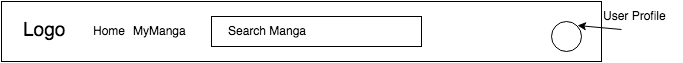
This is docs/wireframes/topbar.png from CJButton/mangaReads, a draw.io export, as it was before one commit. Source tidied: cells renumbered, new cells last; positions are measured from the earlier drawing's top-left corner, leaving out a move shared by most shapes.
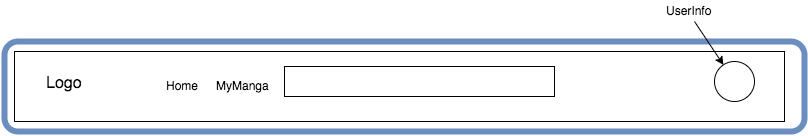
The same diagram one commit later.

Diff of the diagram source:
```diff
@@ -2,32 +2,34 @@
   <root>
     <mxCell id="0" />
     <mxCell id="1" parent="0" />
-    <mxCell id="2" style="whiteSpace=wrap;html=1;strokeColor=#000000;fillColor=#ffffff;fontFamily=Helvetica;fontSize=19;" parent="1" vertex="1">
-      <mxGeometry width="600" height="60" as="geometry" />
+    <mxCell id="2" style="whiteSpace=wrap;html=1;strokeColor=#000000;strokeWidth=1;fillColor=#ffffff;fontFamily=Helvetica;fontSize=19;" parent="1" vertex="1">
+      <mxGeometry x="-80" y="-20" width="770" height="70" as="geometry" />
     </mxCell>
-    <mxCell id="3" value="Logo" style="text;html=1;fontSize=19;fontFamily=Helvetica;" parent="1" vertex="1">
-      <mxGeometry x="20" y="10" width="70" height="40" as="geometry" />
+    <mxCell id="3" style="rounded=1;whiteSpace=wrap;html=1;strokeColor=#6c8ebf;strokeWidth=6;fillColor=none;fontFamily=Helvetica;fontSize=19;" parent="1" vertex="1">
+      <mxGeometry x="-90" y="-30" width="800" height="90" as="geometry" />
     </mxCell>
-    <mxCell id="4" value="Home" style="text;html=1;align=left;verticalAlign=top;spacingTop=-4;" parent="1" vertex="1">
-      <mxGeometry x="90" y="20" width="50" height="20" as="geometry" />
+    <mxCell id="4" value="&lt;font style=&quot;font-size: 16px&quot;&gt;Logo&lt;/font&gt;" style="text;html=1;align=left;verticalAlign=top;spacingTop=-4;" parent="1" vertex="1">
+      <mxGeometry x="-50" width="50" height="20" as="geometry" />
     </mxCell>
-    <mxCell id="5" value="MyManga" style="text;html=1;align=left;verticalAlign=top;spacingTop=-4;" parent="1" vertex="1">
-      <mxGeometry x="130" y="20" width="70" height="20" as="geometry" />
+    <mxCell id="5" value="Home" style="text;html=1;align=left;verticalAlign=top;spacingTop=-4;" parent="1" vertex="1">
+      <mxGeometry x="70" y="5" width="50" height="20" as="geometry" />
     </mxCell>
-    <mxCell id="6" style="whiteSpace=wrap;html=1;strokeColor=#000000;fillColor=none;fontFamily=Helvetica;fontSize=19;" parent="1" vertex="1">
-      <mxGeometry x="210" y="15" width="210" height="30" as="geometry" />
-    </mxCell>
-    <mxCell id="7" value="Search Manga" style="text;html=1;align=left;verticalAlign=top;spacingTop=-4;" parent="1" vertex="1">
-      <mxGeometry x="225" y="20" width="90" height="20" as="geometry" />
-    </mxCell>
-    <mxCell id="8" style="ellipse;whiteSpace=wrap;html=1;strokeColor=#000000;fillColor=none;fontFamily=Helvetica;fontSize=19;" parent="1" vertex="1">
-      <mxGeometry x="550" y="20" width="30" height="30" as="geometry" />
+    <mxCell id="8" value="MyManga" style="text;html=1;align=left;verticalAlign=top;spacingTop=-4;points=[];" parent="1" vertex="1">
+      <mxGeometry x="120" y="5" width="70" height="20" as="geometry" />
     </mxCell>
+    <mxCell id="11" style="whiteSpace=wrap;html=1;strokeColor=#000000;strokeWidth=1;fillColor=#ffffff;fontFamily=Helvetica;fontSize=19;" parent="1" vertex="1">
+      <mxGeometry x="190" y="-5" width="270" height="30" as="geometry" />
+    </mxCell>
+    <mxCell id="12" style="ellipse;whiteSpace=wrap;html=1;strokeColor=#000000;strokeWidth=1;fillColor=#ffffff;fontFamily=Helvetica;fontSize=19;" parent="1" vertex="1">
+      <mxGeometry x="620" y="-10" width="40" height="40" as="geometry" />
+    </mxCell>
-    <mxCell id="9" value="User Profile" style="text;html=1;align=left;verticalAlign=top;spacingTop=-4;points=[];" parent="1" vertex="1">
-      <mxGeometry x="600" y="5" width="80" height="20" as="geometry" />
+    <mxCell id="9" style="endArrow=classic;html=1;fontFamily=Helvetica;fontSize=19;" parent="1" edge="1" target="12">
+      <mxGeometry relative="1" as="geometry">
+        <mxPoint x="600" y="-50" as="sourcePoint" />
+      </mxGeometry>
     </mxCell>
-    <mxCell id="10" style="endArrow=classic;html=1;fontFamily=Helvetica;fontSize=19;entryX=1;entryY=0;exitX=0.25;exitY=1.15;exitPerimeter=0;" parent="1" edge="1" source="9" target="8">
-      <mxGeometry x="785" y="40" as="geometry" />
+    <mxCell id="10" value="UserInfo" style="text;html=1;align=left;verticalAlign=top;spacingTop=-4;" parent="1" vertex="1">
+      <mxGeometry x="570" y="-70" width="60" height="20" as="geometry" />
     </mxCell>
   </root>
 </mxGraphModel>
```
